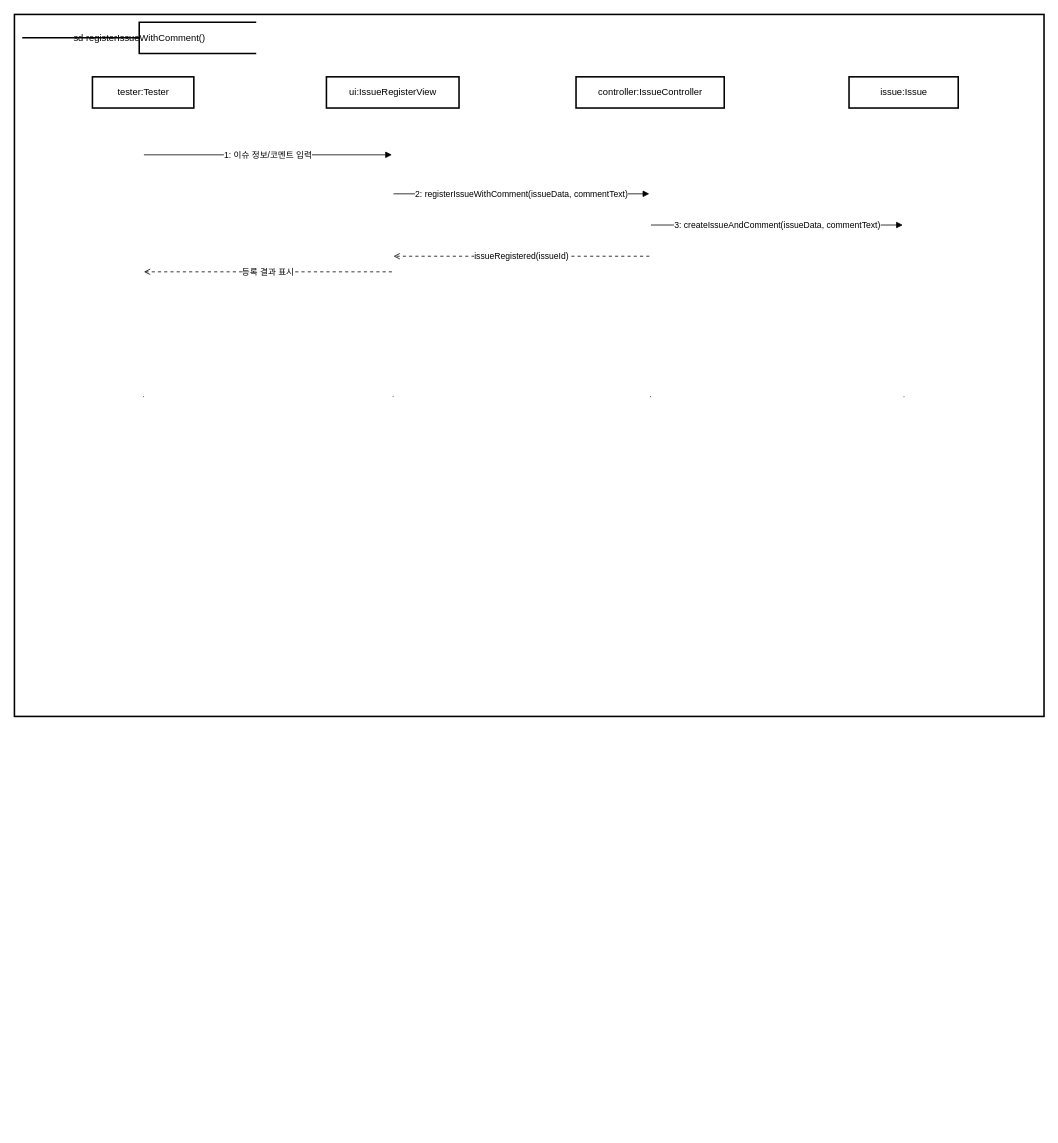
Above: docs/산출물/04. SSD& Operation contract/uc02-ssd.drawio in cau-sw-2026-spring-se01-team5/SE-Spring-Term-Project (draw.io), before the change. Source tidied: cells renumbered, new cells numbered last; positions are measured from the earlier drawing's top-left corner, leaving out a move shared by most shapes. Both pictures are drawn from the tidied source at 78%, with x=0, y=0 at pixel (14, 14).
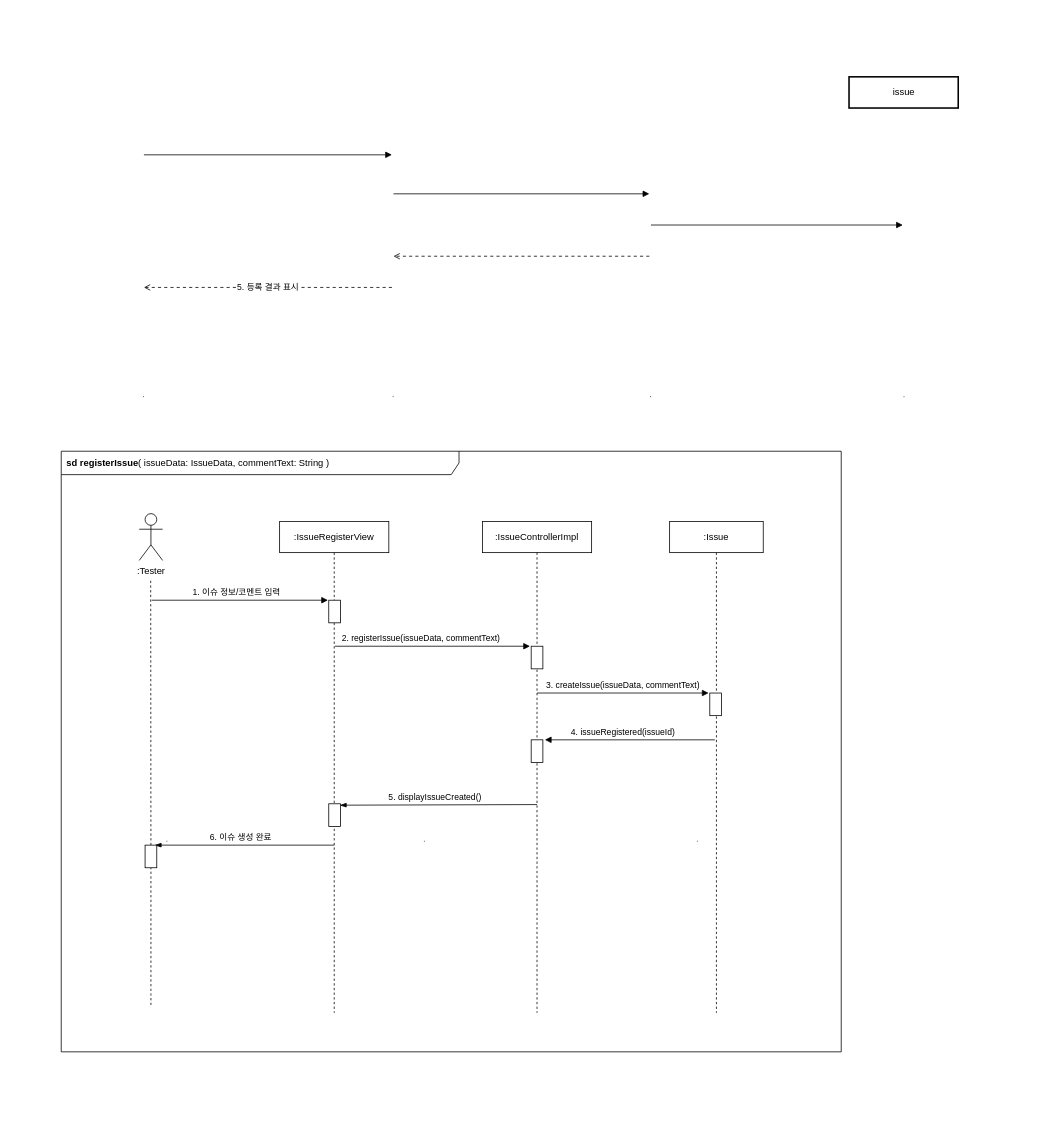
Above is the later version.

What changed in the source:
```diff
@@
-    <mxCell id="2" style="rounded=0;whiteSpace=wrap;html=1;strokeWidth=2;" parent="1" vertex="1">
-      <mxGeometry width="1320" height="900" as="geometry" />
-    </mxCell>
-    <mxCell id="3" value="sd registerIssueWithComment()" style="shape=mxgraph.flowchart.annotation_2;html=1;strokeWidth=2;" parent="1" vertex="1">
-      <mxGeometry x="10" y="10" width="300" height="40" as="geometry" />
-    </mxCell>
-    <mxCell id="4" value="tester:Tester" style="rounded=0;html=1;strokeWidth=2;" parent="1" vertex="1">
-      <mxGeometry x="100" y="80" width="130" height="40" as="geometry" />
-    </mxCell>
-    <mxCell id="5" value="ui:IssueRegisterView" style="rounded=0;html=1;strokeWidth=2;" parent="1" vertex="1">
-      <mxGeometry x="400" y="80" width="170" height="40" as="geometry" />
-    </mxCell>
-    <mxCell id="6" value="controller:IssueController" style="rounded=0;html=1;strokeWidth=2;" parent="1" vertex="1">
-      <mxGeometry x="720" y="80" width="190" height="40" as="geometry" />
-    </mxCell>
-    <mxCell id="7" value="issue:Issue" style="rounded=0;html=1;strokeWidth=2;" parent="1" vertex="1">
+    <mxCell id="7" value="issue" style="rounded=0;html=1;strokeWidth=2;" parent="1" vertex="1">
       <mxGeometry x="1070" y="80" width="140" height="40" as="geometry" />
     </mxCell>
@@
-    <mxCell id="12" value="1: 이슈 정보/코멘트 입력" style="endArrow=block;html=1;" parent="1" edge="1">
+    <mxCell id="12" style="endArrow=block;html=1;" parent="1" edge="1">
       <mxGeometry relative="1" as="geometry">
         <mxPoint x="166" y="180" as="sourcePoint" />
         <mxPoint x="484" y="180" as="targetPoint" />
       </mxGeometry>
     </mxCell>
-    <mxCell id="13" value="2: registerIssueWithComment(issueData, commentText)" style="endArrow=block;html=1;" parent="1" edge="1">
+    <mxCell id="13" style="endArrow=block;html=1;" parent="1" edge="1">
       <mxGeometry relative="1" as="geometry">
         <mxPoint x="486" y="230" as="sourcePoint" />
         <mxPoint x="814" y="230" as="targetPoint" />
       </mxGeometry>
     </mxCell>
-    <mxCell id="14" value="3: createIssueAndComment(issueData, commentText)" style="endArrow=block;html=1;" parent="1" edge="1">
+    <mxCell id="14" style="endArrow=block;html=1;" parent="1" edge="1">
       <mxGeometry relative="1" as="geometry">
         <mxPoint x="816" y="270" as="sourcePoint" />
         <mxPoint x="1139" y="270" as="targetPoint" />
       </mxGeometry>
     </mxCell>
-    <mxCell id="15" value="issueRegistered(issueId)" style="endArrow=open;endFill=0;dashed=1;dashPattern=4 4;html=1;" parent="1" edge="1">
+    <mxCell id="15" style="endArrow=open;endFill=0;dashed=1;dashPattern=4 4;html=1;" parent="1" edge="1">
       <mxGeometry relative="1" as="geometry">
         <mxPoint x="814" y="310" as="sourcePoint" />
         <mxPoint x="486" y="310" as="targetPoint" />
       </mxGeometry>
     </mxCell>
-    <mxCell id="16" value="등록 결과 표시" style="endArrow=open;endFill=0;dashed=1;dashPattern=4 4;html=1;" parent="1" edge="1">
+    <mxCell id="16" value="5. 등록 결과 표시" style="endArrow=open;endFill=0;dashed=1;dashPattern=4 4;html=1;" parent="1" edge="1">
       <mxGeometry relative="1" as="geometry">
-        <mxPoint x="484" y="330" as="sourcePoint" />
-        <mxPoint x="166" y="330" as="targetPoint" />
+        <mxPoint x="484" y="350" as="sourcePoint" />
+        <mxPoint x="166" y="350" as="targetPoint" />
       </mxGeometry>
     </mxCell>
+    <mxCell id="17" value="&lt;span style=&quot;&quot;&gt;:IssueRegisterView&lt;/span&gt;" style="shape=umlLifeline;perimeter=lifelinePerimeter;whiteSpace=wrap;html=1;" parent="1" vertex="1">
+      <mxGeometry x="340" y="650" width="140" height="630" as="geometry" />
+    </mxCell>
+    <mxCell id="18" style="endArrow=block;html=1;" parent="17" edge="1">
+      <mxGeometry relative="1" as="geometry">
+        <mxPoint x="-164" y="101" as="sourcePoint" />
+        <mxPoint x="62" y="101" as="targetPoint" />
+      </mxGeometry>
+    </mxCell>
+    <mxCell id="19" style="rounded=0;whiteSpace=wrap;html=1;strokeColor=#000000;strokeWidth=1;fillColor=default;" parent="17" vertex="1">
+      <mxGeometry x="63" y="362" width="15" height="29" as="geometry" />
+    </mxCell>
+    <mxCell id="20" style="rounded=0;whiteSpace=wrap;html=1;strokeColor=#000000;strokeWidth=1;fillColor=default;" parent="1" vertex="1">
+      <mxGeometry x="403" y="751" width="15" height="29" as="geometry" />
+    </mxCell>
+    <mxCell id="21" value="&lt;span style=&quot;text-align: center;&quot;&gt;&lt;b&gt;sd&amp;nbsp;&lt;/b&gt;&lt;/span&gt;&lt;b&gt;registerIssue&lt;/b&gt;( issueData: IssueData, commentText: String )" style="shape=umlFrame;whiteSpace=wrap;html=1;width=510;height=30;boundedLbl=1;verticalAlign=middle;align=left;spacingLeft=5;" parent="1" vertex="1">
+      <mxGeometry x="60" y="560" width="1000" height="770" as="geometry" />
+    </mxCell>
+    <mxCell id="22" style="shape=line;dashed=1;dashPattern=6 6;" parent="1" vertex="1">
+      <mxGeometry x="195" y="690" width="1" height="740" as="geometry" />
+    </mxCell>
+    <mxCell id="23" style="shape=line;dashed=1;dashPattern=6 6;" parent="1" vertex="1">
+      <mxGeometry x="525" y="690" width="1" height="740" as="geometry" />
+    </mxCell>
+    <mxCell id="24" style="shape=line;dashed=1;dashPattern=6 6;" parent="1" vertex="1">
+      <mxGeometry x="875" y="690" width="1" height="740" as="geometry" />
+    </mxCell>
+    <mxCell id="25" value="3. createIssue(issueData, commentText)" style="endArrow=block;html=1;" parent="1" edge="1">
+      <mxGeometry y="10" relative="1" as="geometry">
+        <mxPoint x="670" y="870" as="sourcePoint" />
+        <mxPoint x="890" y="870" as="targetPoint" />
+      </mxGeometry>
+    </mxCell>
+    <mxCell id="26" value="6. 이슈 생성 완료" style="endArrow=blockThin;endFill=1;html=1;" parent="1" edge="1">
+      <mxGeometry x="0.04" y="-10" relative="1" as="geometry">
+        <mxPoint x="410" y="1065" as="sourcePoint" />
+        <mxPoint x="180" y="1065" as="targetPoint" />
+      </mxGeometry>
+    </mxCell>
+    <mxCell id="27" value=":Tester" style="shape=umlActor;verticalLabelPosition=bottom;verticalAlign=top;html=1;" parent="1" vertex="1">
+      <mxGeometry x="160" y="640" width="30" height="60" as="geometry" />
+    </mxCell>
+    <mxCell id="28" style="endArrow=none;dashed=1;html=1;strokeWidth=1;entryX=0.2;entryY=0.325;entryDx=0;entryDy=0;entryPerimeter=0;startArrow=none;" parent="1" edge="1" source="39">
+      <mxGeometry relative="1" as="geometry">
+        <mxPoint x="174.7" y="724" as="targetPoint" />
+      </mxGeometry>
+    </mxCell>
+    <mxCell id="29" value="&lt;span style=&quot;&quot;&gt;:IssueControllerImpl&lt;/span&gt;" style="shape=umlLifeline;perimeter=lifelinePerimeter;whiteSpace=wrap;html=1;" parent="1" vertex="1">
+      <mxGeometry x="600" y="650" width="140" height="630" as="geometry" />
+    </mxCell>
+    <mxCell id="30" value="2. registerIssue(issueData, commentText)" style="endArrow=block;html=1;" parent="29" edge="1">
+      <mxGeometry x="-0.12" y="10" relative="1" as="geometry">
+        <mxPoint x="-189" y="160" as="sourcePoint" />
+        <mxPoint x="61" y="160" as="targetPoint" />
+      </mxGeometry>
+    </mxCell>
+    <mxCell id="31" style="rounded=0;whiteSpace=wrap;html=1;strokeColor=#000000;strokeWidth=1;fillColor=default;" parent="29" vertex="1">
+      <mxGeometry x="62.5" y="160" width="15" height="29" as="geometry" />
+    </mxCell>
+    <mxCell id="32" value="4. issueRegistered(issueId)" style="endArrow=block;endFill=1;html=1;" parent="29" edge="1">
+      <mxGeometry x="0.08" y="-10" relative="1" as="geometry">
+        <mxPoint x="298" y="280" as="sourcePoint" />
+        <mxPoint x="80" y="280" as="targetPoint" />
+      </mxGeometry>
+    </mxCell>
+    <mxCell id="33" style="rounded=0;whiteSpace=wrap;html=1;strokeColor=#000000;strokeWidth=1;fillColor=default;" parent="29" vertex="1">
+      <mxGeometry x="62.5" y="280" width="15" height="29" as="geometry" />
+    </mxCell>
+    <mxCell id="34" value="5. displayIssueCreated()" style="endArrow=blockThin;endFill=1;html=1;entryX=0.952;entryY=0.131;entryDx=0;entryDy=0;entryPerimeter=0;" parent="29" edge="1">
+      <mxGeometry x="0.04" y="-10" relative="1" as="geometry">
+        <mxPoint x="70" y="363" as="sourcePoint" />
+        <mxPoint x="-182.7" y="363.8" as="targetPoint" />
+      </mxGeometry>
+    </mxCell>
+    <mxCell id="35" value="&lt;span style=&quot;&quot;&gt;:Issue&lt;/span&gt;" style="shape=umlLifeline;perimeter=lifelinePerimeter;whiteSpace=wrap;html=1;" parent="1" vertex="1">
+      <mxGeometry x="840" y="650" width="120" height="630" as="geometry" />
+    </mxCell>
+    <mxCell id="36" style="rounded=0;whiteSpace=wrap;html=1;strokeColor=#000000;strokeWidth=1;fillColor=default;" parent="35" vertex="1">
+      <mxGeometry x="51.5" y="220" width="15" height="29" as="geometry" />
+    </mxCell>
+    <mxCell id="37" value="&lt;span style=&quot;font-size: 11px; background-color: rgb(255, 255, 255);&quot;&gt;1. 이슈 정보/코멘트 입력&lt;/span&gt;" style="text;html=1;strokeColor=none;fillColor=none;align=center;verticalAlign=middle;whiteSpace=wrap;rounded=0;dashed=1;strokeWidth=0.1;" parent="1" vertex="1">
+      <mxGeometry x="120" y="726" width="330" height="30" as="geometry" />
+    </mxCell>
+    <mxCell id="38" style="endArrow=none;dashed=1;html=1;strokeWidth=1;entryX=0.5;entryY=1;entryDx=0;entryDy=0;" parent="1" edge="1" target="39">
+      <mxGeometry relative="1" as="geometry">
+        <mxPoint x="175" y="1270" as="sourcePoint" />
+        <Array as="points">
+          <mxPoint x="175" y="1250" />
+        </Array>
+      </mxGeometry>
+    </mxCell>
+    <mxCell id="39" style="rounded=0;whiteSpace=wrap;html=1;strokeColor=#000000;strokeWidth=1;fillColor=default;" parent="1" vertex="1">
+      <mxGeometry x="167.5" y="1065" width="15" height="29" as="geometry" />
+    </mxCell>
```
